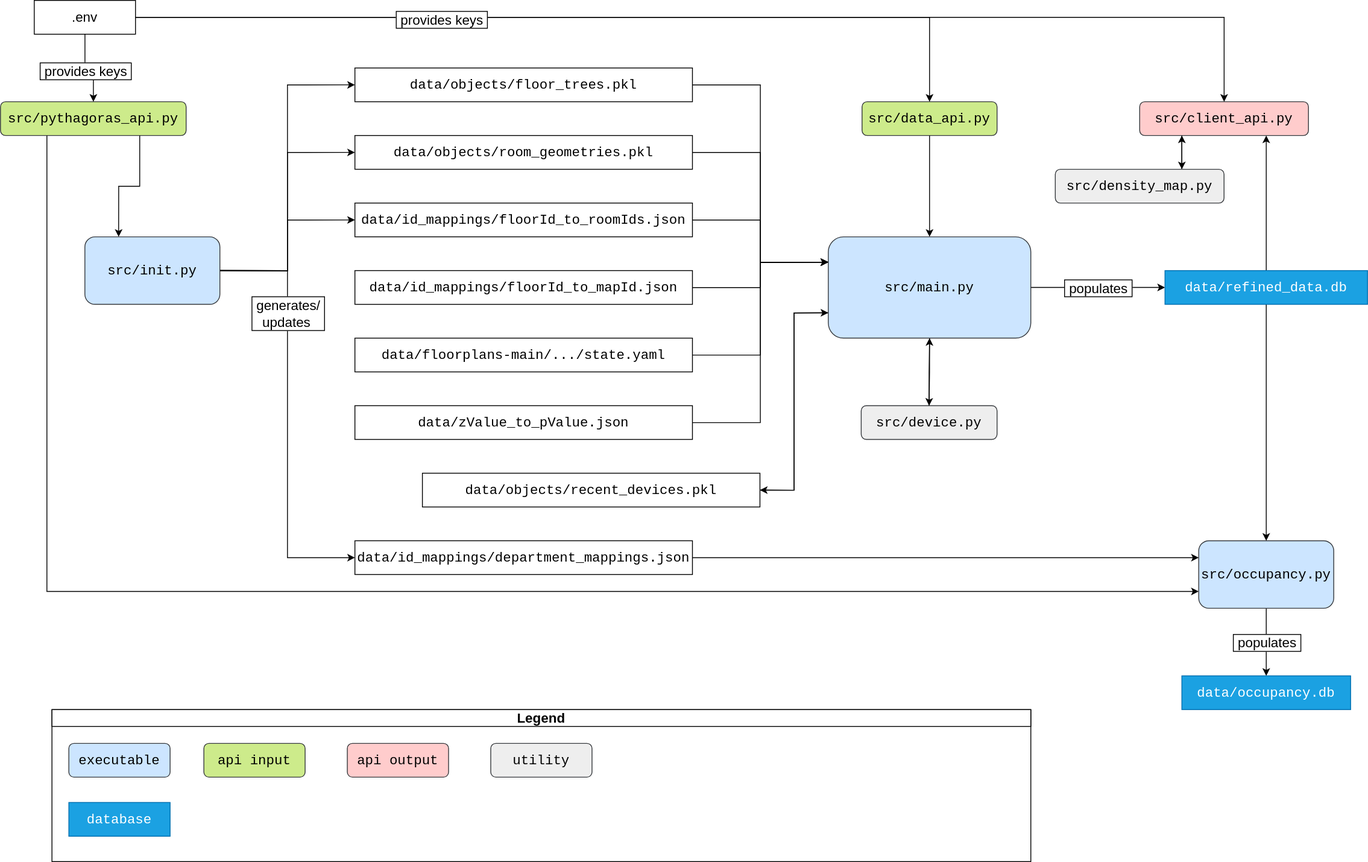
Earlier version of the draw.io export images/diagram.svg (ccmfb/wifi-tracking). Source tidied: cells renumbered, new cells last; positions are measured from the earlier drawing's top-left corner, leaving out a move shared by most shapes.
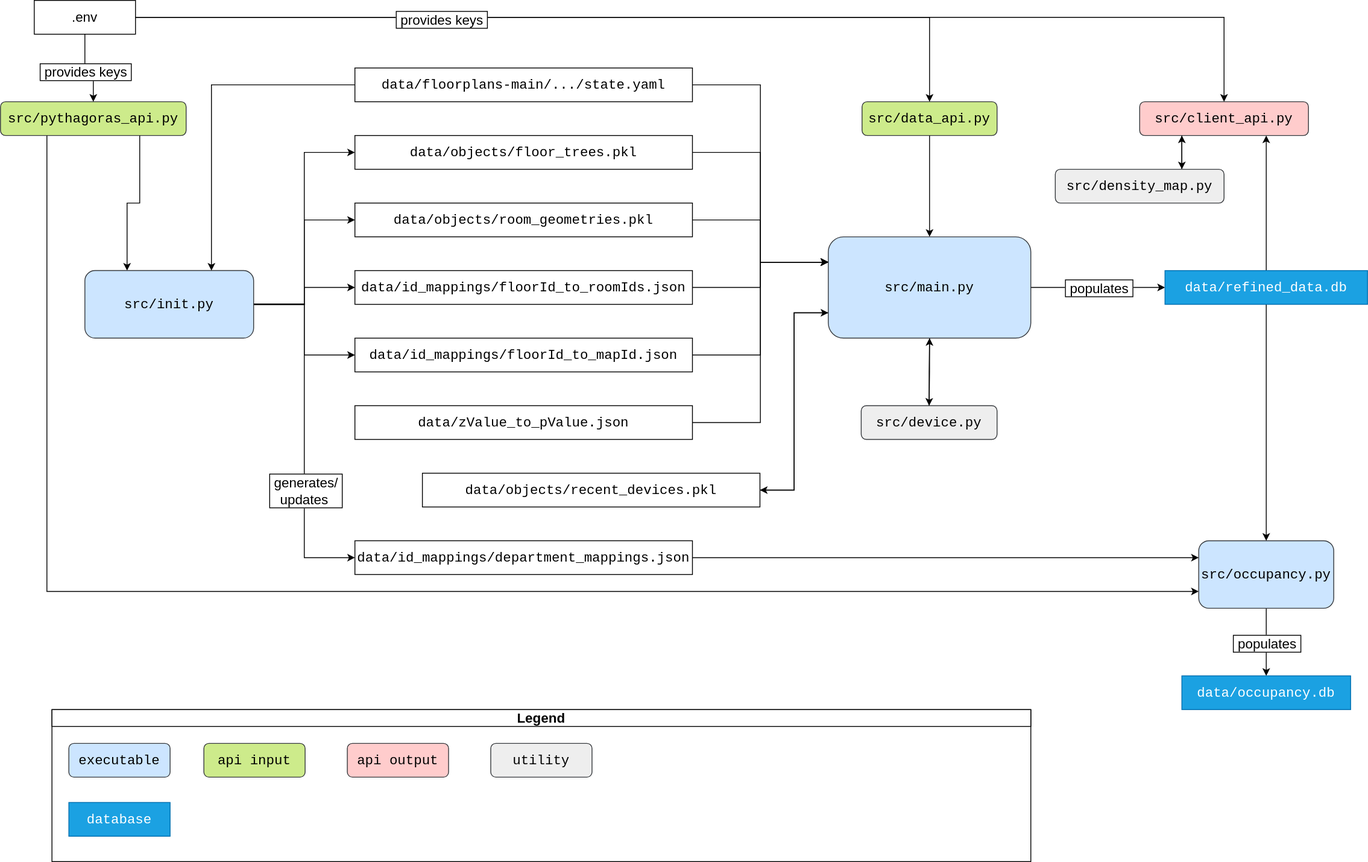
After the commit.

Diff of the diagram source:
```diff
@@ -14,7 +14,7 @@
     <mxCell id="5" style="edgeStyle=orthogonalEdgeStyle;rounded=0;jettySize=auto;html=1;exitX=0.25;exitY=1;exitDx=0;exitDy=0;entryX=0;entryY=0.75;entryDx=0;entryDy=0;fontSize=16;" parent="1" edge="1" source="7" target="27">
       <mxGeometry relative="1" as="geometry" />
     </mxCell>
-    <mxCell id="6" style="edgeStyle=orthogonalEdgeStyle;rounded=0;jettySize=auto;html=1;exitX=0.75;exitY=1;exitDx=0;exitDy=0;entryX=0.25;entryY=0;entryDx=0;entryDy=0;fontSize=16;" parent="1" edge="1" source="7" target="19">
+    <mxCell id="6" style="edgeStyle=orthogonalEdgeStyle;rounded=0;jettySize=auto;html=1;exitX=0.75;exitY=1;exitDx=0;exitDy=0;entryX=0.25;entryY=0;entryDx=0;entryDy=0;" parent="1" edge="1" source="7" target="19">
       <mxGeometry relative="1" as="geometry" />
     </mxCell>
     <mxCell id="7" value="&lt;font style=&quot;font-size: 16px;&quot; face=&quot;Courier New&quot;&gt;src/pythagoras_api.py&lt;/font&gt;" style="rounded=1;whiteSpace=wrap;html=1;fontSize=16;fillColor=#cdeb8b;strokeColor=#36393d;strokeWidth=1;" parent="1" vertex="1">
@@ -52,11 +52,14 @@
     </mxCell>
     <mxCell id="18" value="&amp;nbsp;generates/&amp;nbsp;&lt;div style=&quot;font-size: 16px;&quot;&gt;updates&amp;nbsp;&lt;/div&gt;" style="edgeLabel;html=1;align=center;verticalAlign=middle;labelBorderColor=default;fontSize=16;" parent="17" vertex="1">
       <mxGeometry x="-0.89" y="1" relative="1" as="geometry">
-        <mxPoint x="53" y="51" as="offset" />
+        <mxPoint x="39" y="221" as="offset" />
       </mxGeometry>
     </mxCell>
+    <mxCell id="60" style="edgeStyle=orthogonalEdgeStyle;rounded=0;jettySize=auto;html=1;exitX=1;exitY=0.5;exitDx=0;exitDy=0;entryX=0;entryY=0.5;entryDx=0;entryDy=0;" parent="1" edge="1" source="19" target="43">
+      <mxGeometry relative="1" as="geometry" />
+    </mxCell>
     <mxCell id="19" value="&lt;font style=&quot;font-size: 16px;&quot; face=&quot;Courier New&quot;&gt;src/init.py&lt;/font&gt;" style="rounded=1;whiteSpace=wrap;html=1;fillColor=#cce5ff;strokeColor=#36393d;fontSize=16;" parent="1" vertex="1">
-      <mxGeometry x="100" y="280" width="160" height="80" as="geometry" />
+      <mxGeometry x="100" y="320" width="200" height="80" as="geometry" />
     </mxCell>
     <mxCell id="20" style="edgeStyle=orthogonalEdgeStyle;rounded=0;jettySize=auto;html=1;entryX=0;entryY=0.5;entryDx=0;entryDy=0;fontSize=16;" parent="1" edge="1" source="24" target="30">
       <mxGeometry relative="1" as="geometry" />
@@ -108,13 +111,13 @@
       <mxGeometry relative="1" as="geometry" />
     </mxCell>
     <mxCell id="35" value="&lt;font style=&quot;font-size: 16px;&quot; face=&quot;Courier New&quot;&gt;data/objects/floor_trees.pkl&lt;/font&gt;" style="rounded=0;whiteSpace=wrap;html=1;fontSize=16;" parent="1" vertex="1">
-      <mxGeometry x="420" y="80" width="400" height="40" as="geometry" />
+      <mxGeometry x="420" y="160" width="400" height="40" as="geometry" />
     </mxCell>
     <mxCell id="36" style="edgeStyle=orthogonalEdgeStyle;rounded=0;jettySize=auto;html=1;entryX=0;entryY=0.25;entryDx=0;entryDy=0;fontSize=16;" parent="1" edge="1" source="37" target="24">
       <mxGeometry relative="1" as="geometry" />
     </mxCell>
     <mxCell id="37" value="&lt;font style=&quot;font-size: 16px;&quot; face=&quot;Courier New&quot;&gt;data/objects/room_geometries.pkl&lt;/font&gt;" style="rounded=0;whiteSpace=wrap;html=1;fontSize=16;" parent="1" vertex="1">
-      <mxGeometry x="420" y="160" width="400" height="40" as="geometry" />
+      <mxGeometry x="420" y="240" width="400" height="40" as="geometry" />
     </mxCell>
     <mxCell id="38" style="edgeStyle=orthogonalEdgeStyle;rounded=0;jettySize=auto;html=1;exitX=1;exitY=0.5;exitDx=0;exitDy=0;entryX=0;entryY=0.75;entryDx=0;entryDy=0;fontSize=16;" parent="1" edge="1" source="39" target="24">
       <mxGeometry relative="1" as="geometry" />
@@ -126,13 +129,13 @@
       <mxGeometry relative="1" as="geometry" />
     </mxCell>
     <mxCell id="41" value="&lt;font style=&quot;font-size: 16px;&quot; face=&quot;Courier New&quot;&gt;data/id_mappings/floorId_to_roomIds.json&lt;/font&gt;" style="rounded=0;whiteSpace=wrap;html=1;fontSize=16;" parent="1" vertex="1">
-      <mxGeometry x="420" y="240" width="400" height="40" as="geometry" />
+      <mxGeometry x="420" y="320" width="400" height="40" as="geometry" />
     </mxCell>
     <mxCell id="42" style="edgeStyle=orthogonalEdgeStyle;rounded=0;jettySize=auto;html=1;entryX=0;entryY=0.25;entryDx=0;entryDy=0;fontSize=16;" parent="1" edge="1" source="43" target="24">
       <mxGeometry relative="1" as="geometry" />
     </mxCell>
     <mxCell id="43" value="&lt;font style=&quot;font-size: 16px;&quot; face=&quot;Courier New&quot;&gt;data/id_mappings/floorId_to_mapId.json&lt;/font&gt;" style="rounded=0;whiteSpace=wrap;html=1;fontSize=16;" parent="1" vertex="1">
-      <mxGeometry x="420" y="320" width="400" height="40" as="geometry" />
+      <mxGeometry x="420" y="400" width="400" height="40" as="geometry" />
     </mxCell>
     <mxCell id="44" style="edgeStyle=orthogonalEdgeStyle;rounded=0;jettySize=auto;html=1;exitX=1;exitY=0.5;exitDx=0;exitDy=0;entryX=0;entryY=0.25;entryDx=0;entryDy=0;fontSize=16;" parent="1" edge="1" source="45" target="27">
       <mxGeometry relative="1" as="geometry" />
@@ -143,8 +146,11 @@
     <mxCell id="46" style="edgeStyle=orthogonalEdgeStyle;rounded=0;jettySize=auto;html=1;entryX=0;entryY=0.25;entryDx=0;entryDy=0;fontSize=16;" parent="1" edge="1" source="47" target="24">
       <mxGeometry relative="1" as="geometry" />
     </mxCell>
+    <mxCell id="61" style="edgeStyle=orthogonalEdgeStyle;rounded=0;jettySize=auto;html=1;exitX=0;exitY=0.5;exitDx=0;exitDy=0;entryX=0.75;entryY=0;entryDx=0;entryDy=0;" parent="1" edge="1" source="47" target="19">
+      <mxGeometry relative="1" as="geometry" />
+    </mxCell>
     <mxCell id="47" value="&lt;font style=&quot;font-size: 16px;&quot; face=&quot;Courier New&quot;&gt;data/floorplans-main/.../state.yaml&lt;/font&gt;" style="rounded=0;whiteSpace=wrap;html=1;fontSize=16;" parent="1" vertex="1">
-      <mxGeometry x="420" y="400" width="400" height="40" as="geometry" />
+      <mxGeometry x="420" y="80" width="400" height="40" as="geometry" />
     </mxCell>
     <mxCell id="48" style="edgeStyle=orthogonalEdgeStyle;rounded=0;jettySize=auto;html=1;fontSize=16;" parent="1" edge="1" source="53" target="7">
       <mxGeometry relative="1" as="geometry" />
```
